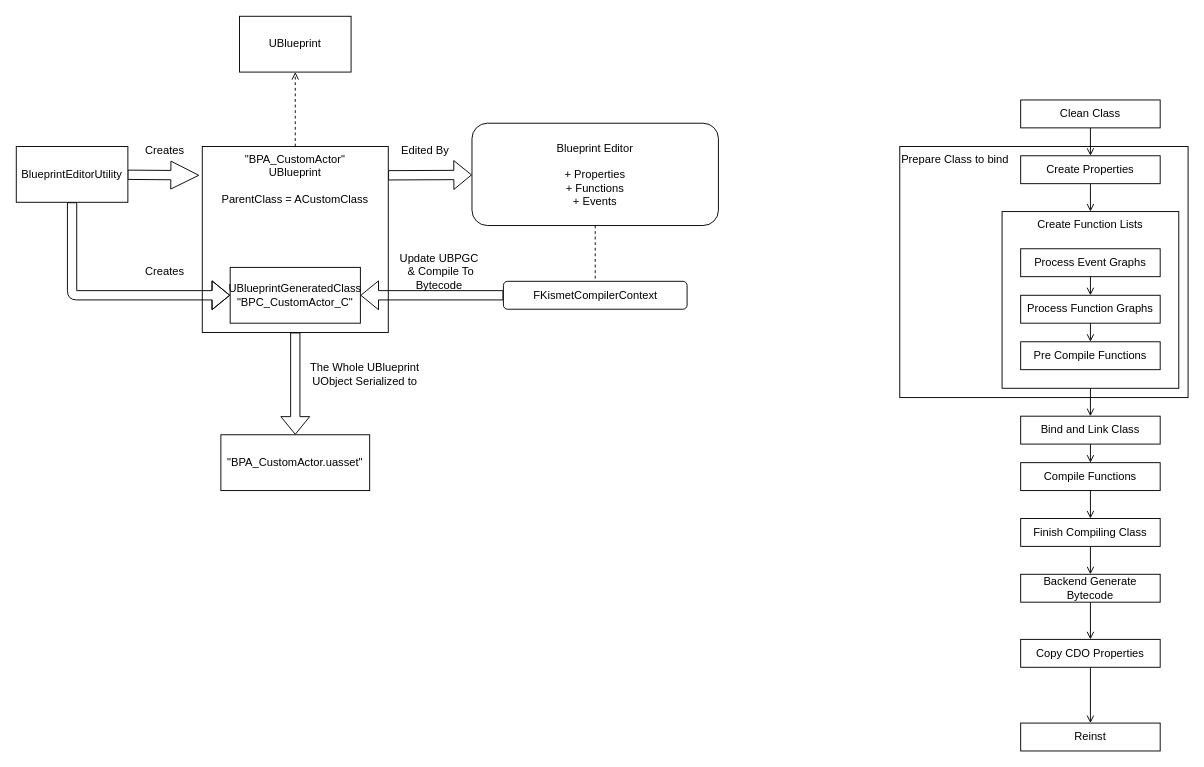
This is assets/img/post-data/unreal/engine/bpvm-bytecode/bytecode.drawio from reforia/reforia.github.io, a draw.io file, before an edit. Source tidied: cells renumbered, new cells numbered last; positions are measured from the earlier drawing's top-left corner, leaving out a move shared by most shapes. Both pictures are drawn from the tidied source at 93%, with x=0, y=0 at pixel (16, 16).
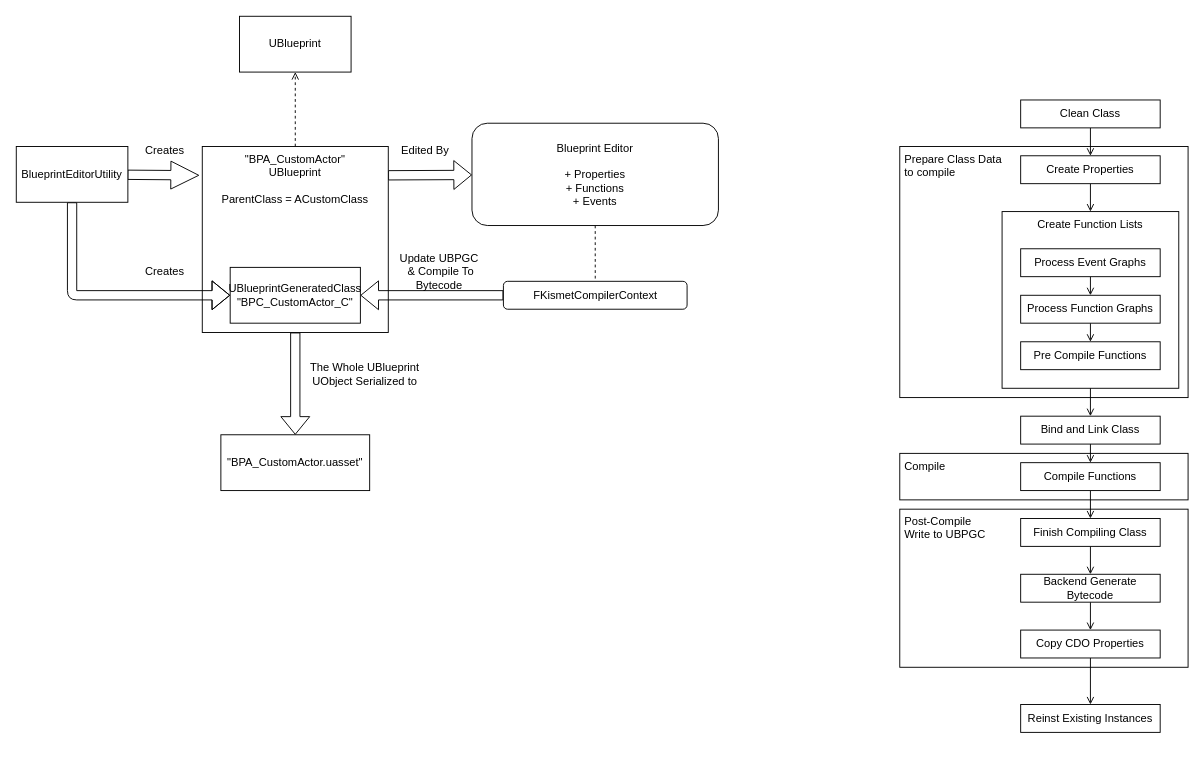
Above is the later version.

What changed in the source:
```diff
@@
+    <mxCell id="45" value="&amp;nbsp;Post-Compile&lt;br&gt;&amp;nbsp;Write to UBPGC" style="rounded=0;whiteSpace=wrap;html=1;verticalAlign=top;align=left;" parent="1" vertex="1">
+      <mxGeometry x="950" y="530" width="310" height="170" as="geometry" />
+    </mxCell>
+    <mxCell id="46" value="&amp;nbsp;Compile" style="rounded=0;whiteSpace=wrap;html=1;verticalAlign=top;align=left;" parent="1" vertex="1">
+      <mxGeometry x="950" y="470" width="310" height="50" as="geometry" />
+    </mxCell>
-    <mxCell id="2" value="Prepare Class to bind" style="rounded=0;whiteSpace=wrap;html=1;verticalAlign=top;align=left;" parent="1" vertex="1">
+    <mxCell id="2" value="&amp;nbsp;Prepare Class Data&lt;br&gt;&amp;nbsp;to compile" style="rounded=0;whiteSpace=wrap;html=1;verticalAlign=top;align=left;" parent="1" vertex="1">
       <mxGeometry x="950" y="140" width="310" height="270" as="geometry" />
     </mxCell>
@@
     <mxCell id="43" value="Copy CDO Properties" style="rounded=0;whiteSpace=wrap;html=1;" parent="1" vertex="1">
-      <mxGeometry x="1080" y="670" width="150" height="30" as="geometry" />
+      <mxGeometry x="1080" y="660" width="150" height="30" as="geometry" />
     </mxCell>
-    <mxCell id="44" value="Reinst" style="rounded=0;whiteSpace=wrap;html=1;" parent="1" vertex="1">
-      <mxGeometry x="1080" y="760" width="150" height="30" as="geometry" />
+    <mxCell id="44" value="Reinst Existing Instances" style="rounded=0;whiteSpace=wrap;html=1;" parent="1" vertex="1">
+      <mxGeometry x="1080" y="740" width="150" height="30" as="geometry" />
     </mxCell>
```
